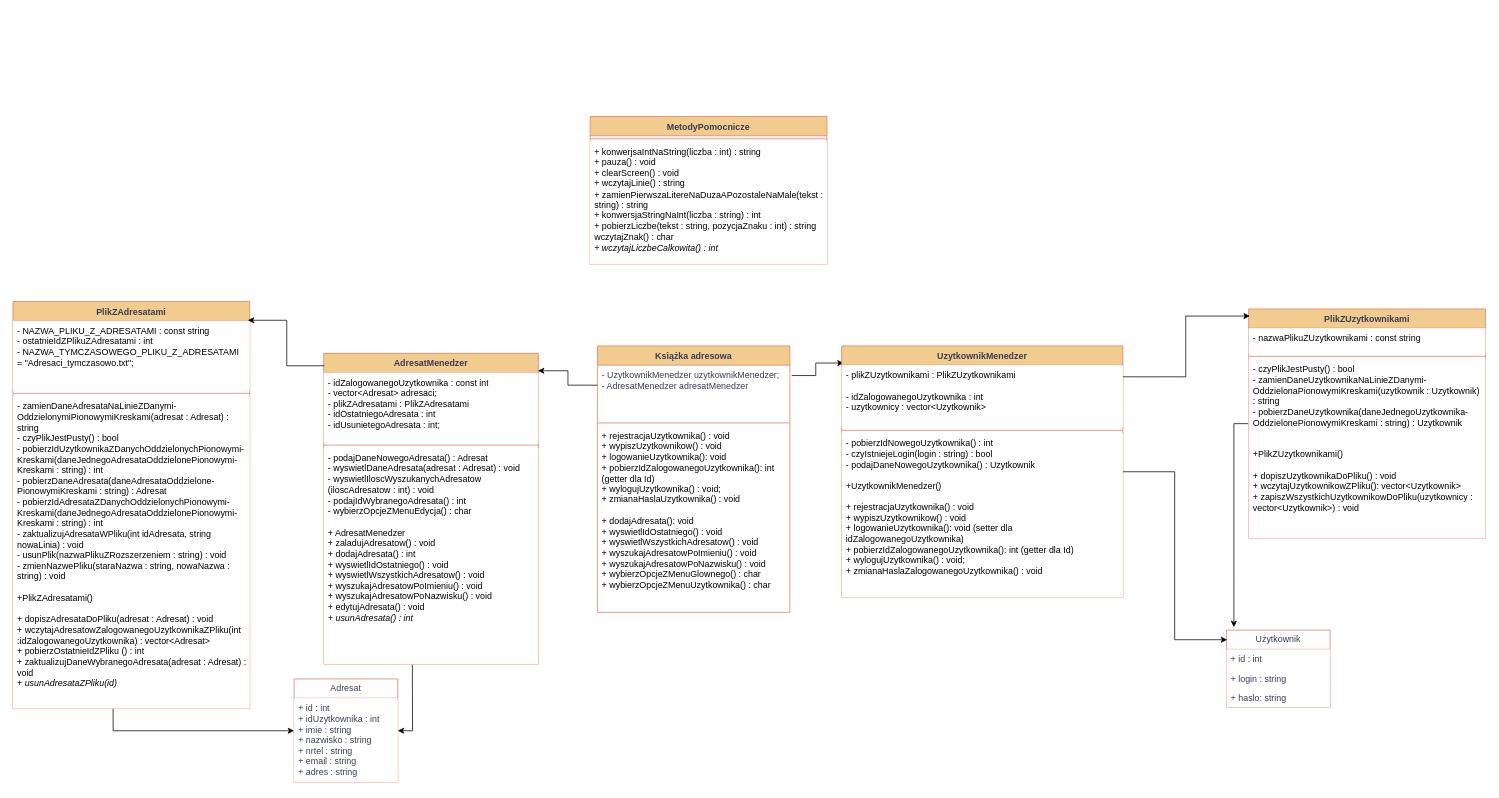
Earlier version of the draw.io diagram Ksiazka adresowa.drawio (endyyKD/KsiazkaAdresowa_OOP). Source tidied: cells renumbered, new cells numbered last; positions are measured from the earlier drawing's top-left corner, leaving out a move shared by most shapes. Both pictures are drawn from the tidied source at 74%, with x=0, y=0 at pixel (13, 116).
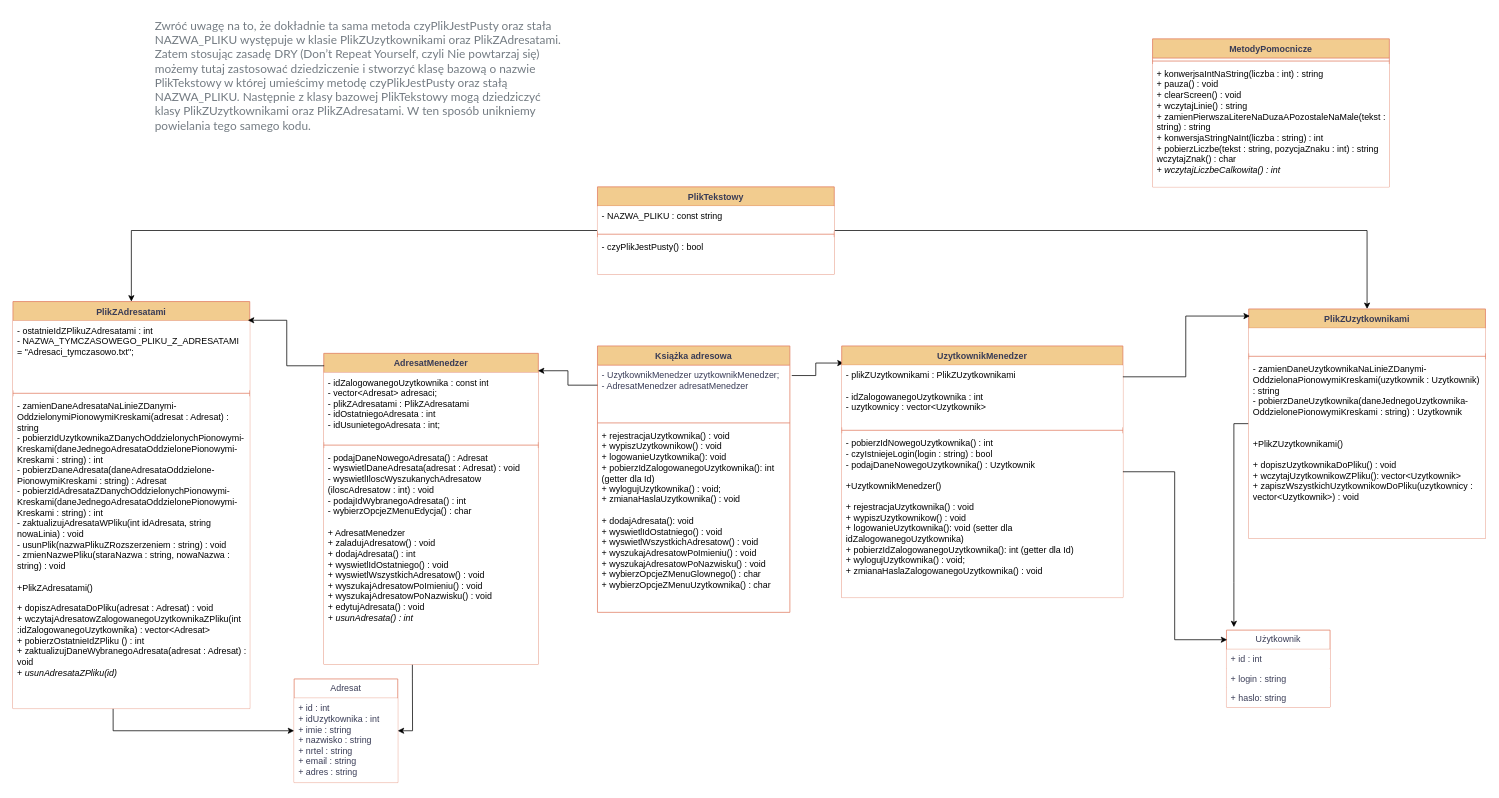
Above is the later version.

Commit message (it also covers changes not shown here):
Parent class PlikTekstowy to classes PlikZAdresatami and PlikZUzytkownikami

The change refers to these unchanged cells:
```xml
<mxCell id="16" value="PlikZUzytkownikami" style="swimlane;fontStyle=1;align=center;verticalAlign=top;horizontal=1;startSize=26;whiteSpace=wrap;html=1;labelBackgroundColor=none;fillColor=#F2CC8F;strokeColor=#E07A5F;fontColor=#393C56;" parent="1" vertex="1">
  <mxGeometry x="1669.9" y="260" width="320" height="310" as="geometry" />
</mxCell>
<mxCell id="32" value="PlikZAdresatami" style="swimlane;fontStyle=1;align=center;verticalAlign=top;horizontal=1;startSize=26;whiteSpace=wrap;html=1;labelBackgroundColor=none;fillColor=#F2CC8F;strokeColor=#E07A5F;fontColor=#393C56;" parent="1" vertex="1">
  <mxGeometry y="250" width="320" height="550" as="geometry" />
</mxCell>
```

Diff of the diagram source:
```diff
@@
-    <mxCell id="17" value="&lt;div&gt;&lt;div&gt;&lt;span style=&quot;color: rgb(0, 0, 0);&quot;&gt;- nazwaPlikuZUzytkownikami : const string&lt;/span&gt;&lt;/div&gt;&lt;/div&gt;" style="text;strokeColor=none;fillColor=default;align=left;verticalAlign=top;spacingLeft=4;spacingRight=4;overflow=hidden;whiteSpace=wrap;html=1;labelBackgroundColor=none;fontColor=#393C56;" parent="16" vertex="1">
+    <mxCell id="17" style="text;strokeColor=none;fillColor=default;align=left;verticalAlign=top;spacingLeft=4;spacingRight=4;overflow=hidden;whiteSpace=wrap;html=1;labelBackgroundColor=none;fontColor=#393C56;" parent="16" vertex="1">
       <mxGeometry y="26" width="320" height="34" as="geometry" />
     </mxCell>
@@
-    <mxCell id="19" value="&lt;div&gt;&lt;span style=&quot;color: rgb(0, 0, 0); background-color: transparent;&quot;&gt;- czyPlikJestPusty() : bool&lt;/span&gt;&lt;/div&gt;&lt;div&gt;&lt;span style=&quot;color: rgb(0, 0, 0);&quot;&gt;&lt;div style=&quot;color: rgb(0, 0, 0);&quot;&gt;- zamienDaneUzytkownikaNaLinieZDanymi-OddzielonaPionowymiKreskami(uzytkownik : Uzytkownik) : string&lt;/div&gt;&lt;div style=&quot;color: rgb(0, 0, 0);&quot;&gt;- pobierzDaneUzytkownika(daneJednegoUzytkownika-OddzielonePionowymiKreskami : string) : Uzytkownik&lt;div style=&quot;padding: 0px; margin: 0px;&quot;&gt;&lt;br style=&quot;padding: 0px; margin: 0px;&quot;&gt;&lt;/div&gt;&lt;/div&gt;&lt;div style=&quot;color: rgb(0, 0, 0);&quot;&gt;&lt;br&gt;&lt;/div&gt;&lt;div style=&quot;color: rgb(0, 0, 0);&quot;&gt;&lt;div style=&quot;color: rgb(57, 60, 86);&quot;&gt;&lt;span style=&quot;color: rgb(0, 0, 0);&quot;&gt;+PlikZUzytkownikami()&amp;nbsp;&lt;/span&gt;&lt;/div&gt;&lt;div style=&quot;color: rgb(57, 60, 86);&quot;&gt;&lt;span style=&quot;color: rgb(0, 0, 0);&quot;&gt;&lt;br&gt;&lt;/span&gt;&lt;/div&gt;&lt;div style=&quot;color: rgb(57, 60, 86);&quot;&gt;&lt;span style=&quot;color: rgb(0, 0, 0);&quot;&gt;+ dopiszUzytkownikaDoPliku() : void&lt;/span&gt;&lt;/div&gt;&lt;div style=&quot;color: rgb(57, 60, 86);&quot;&gt;&lt;span style=&quot;color: rgb(0, 0, 0); background-color: transparent;&quot;&gt;+ wczytajUzytkownikowZPliku(): vector&amp;lt;Uzytkownik&amp;gt;&lt;/span&gt;&lt;/div&gt;&lt;div style=&quot;color: rgb(57, 60, 86);&quot;&gt;&lt;span style=&quot;color: rgb(0, 0, 0); background-color: transparent;&quot;&gt;+ zapiszWszystkichUzytkownikowDoPliku(uzytkownicy : vector&amp;lt;Uzytkownik&amp;gt;) : void&lt;/span&gt;&lt;/div&gt;&lt;/div&gt;&lt;/span&gt;&lt;/div&gt;" style="text;strokeColor=none;fillColor=default;align=left;verticalAlign=top;spacingLeft=4;spacingRight=4;overflow=hidden;whiteSpace=wrap;html=1;labelBackgroundColor=none;fontColor=#393C56;" parent="16" vertex="1">
+    <mxCell id="19" value="&lt;div&gt;&lt;span style=&quot;color: rgb(0, 0, 0); background-color: transparent;&quot;&gt;- zamienDaneUzytkownikaNaLinieZDanymi-OddzielonaPionowymiKreskami(uzytkownik : Uzytkownik) : string&lt;/span&gt;&lt;/div&gt;&lt;div&gt;&lt;span style=&quot;color: rgb(0, 0, 0);&quot;&gt;&lt;div style=&quot;color: rgb(0, 0, 0);&quot;&gt;- pobierzDaneUzytkownika(daneJednegoUzytkownika-OddzielonePionowymiKreskami : string) : Uzytkownik&lt;div style=&quot;padding: 0px; margin: 0px;&quot;&gt;&lt;br style=&quot;padding: 0px; margin: 0px;&quot;&gt;&lt;/div&gt;&lt;/div&gt;&lt;div style=&quot;color: rgb(0, 0, 0);&quot;&gt;&lt;br&gt;&lt;/div&gt;&lt;div style=&quot;color: rgb(0, 0, 0);&quot;&gt;&lt;div style=&quot;color: rgb(57, 60, 86);&quot;&gt;&lt;span style=&quot;color: rgb(0, 0, 0);&quot;&gt;+PlikZUzytkownikami()&amp;nbsp;&lt;/span&gt;&lt;/div&gt;&lt;div style=&quot;color: rgb(57, 60, 86);&quot;&gt;&lt;span style=&quot;color: rgb(0, 0, 0);&quot;&gt;&lt;br&gt;&lt;/span&gt;&lt;/div&gt;&lt;div style=&quot;color: rgb(57, 60, 86);&quot;&gt;&lt;span style=&quot;color: rgb(0, 0, 0);&quot;&gt;+ dopiszUzytkownikaDoPliku() : void&lt;/span&gt;&lt;/div&gt;&lt;div style=&quot;color: rgb(57, 60, 86);&quot;&gt;&lt;span style=&quot;color: rgb(0, 0, 0); background-color: transparent;&quot;&gt;+ wczytajUzytkownikowZPliku(): vector&amp;lt;Uzytkownik&amp;gt;&lt;/span&gt;&lt;/div&gt;&lt;div style=&quot;color: rgb(57, 60, 86);&quot;&gt;&lt;span style=&quot;color: rgb(0, 0, 0); background-color: transparent;&quot;&gt;+ zapiszWszystkichUzytkownikowDoPliku(uzytkownicy : vector&amp;lt;Uzytkownik&amp;gt;) : void&lt;/span&gt;&lt;/div&gt;&lt;/div&gt;&lt;/span&gt;&lt;/div&gt;" style="text;strokeColor=none;fillColor=default;align=left;verticalAlign=top;spacingLeft=4;spacingRight=4;overflow=hidden;whiteSpace=wrap;html=1;labelBackgroundColor=none;fontColor=#393C56;" parent="16" vertex="1">
       <mxGeometry y="68" width="320" height="242" as="geometry" />
     </mxCell>
     <mxCell id="20" value="MetodyPomocnicze" style="swimlane;fontStyle=1;align=center;verticalAlign=top;horizontal=1;startSize=26;whiteSpace=wrap;html=1;labelBackgroundColor=none;fillColor=#F2CC8F;strokeColor=#E07A5F;fontColor=#393C56;" parent="1" vertex="1">
-      <mxGeometry x="780" width="320" height="200" as="geometry" />
+      <mxGeometry x="1540" y="-105" width="320" height="200" as="geometry" />
     </mxCell>
@@
-    <mxCell id="33" value="&lt;div&gt;&lt;div&gt;&lt;span style=&quot;color: rgb(0, 0, 0);&quot;&gt;- NAZWA_PLIKU_Z_ADRESATAMI&amp;nbsp;: const string&lt;/span&gt;&lt;/div&gt;&lt;/div&gt;&lt;div&gt;&lt;span style=&quot;color: rgb(0, 0, 0);&quot;&gt;&lt;font color=&quot;#000000&quot;&gt;&lt;div style=&quot;&quot;&gt;- ostatnieIdZPlikuZAdresatami : int&lt;/div&gt;&lt;div style=&quot;&quot;&gt;- NAZWA_TYMCZASOWEGO_PLIKU_Z_ADRESATAMI = &quot;Adresaci_tymczasowo.txt&quot;;&lt;/div&gt;&lt;/font&gt;&lt;/span&gt;&lt;/div&gt;&lt;div&gt;&lt;span style=&quot;color: rgb(0, 0, 0);&quot;&gt;&lt;br&gt;&lt;/span&gt;&lt;/div&gt;" style="text;strokeColor=none;fillColor=default;align=left;verticalAlign=top;spacingLeft=4;spacingRight=4;overflow=hidden;whiteSpace=wrap;html=1;labelBackgroundColor=none;fontColor=#393C56;" parent="32" vertex="1">
+    <mxCell id="33" value="&lt;div&gt;&lt;span style=&quot;color: rgb(0, 0, 0); background-color: transparent;&quot;&gt;- ostatnieIdZPlikuZAdresatami : int&lt;/span&gt;&lt;/div&gt;&lt;div&gt;&lt;span style=&quot;color: rgb(0, 0, 0);&quot;&gt;&lt;font color=&quot;#000000&quot;&gt;&lt;div style=&quot;&quot;&gt;- NAZWA_TYMCZASOWEGO_PLIKU_Z_ADRESATAMI = &quot;Adresaci_tymczasowo.txt&quot;;&lt;/div&gt;&lt;/font&gt;&lt;/span&gt;&lt;/div&gt;&lt;div&gt;&lt;span style=&quot;color: rgb(0, 0, 0);&quot;&gt;&lt;br&gt;&lt;/span&gt;&lt;/div&gt;" style="text;strokeColor=none;fillColor=default;align=left;verticalAlign=top;spacingLeft=4;spacingRight=4;overflow=hidden;whiteSpace=wrap;html=1;labelBackgroundColor=none;fontColor=#393C56;" parent="32" vertex="1">
       <mxGeometry y="26" width="320" height="94" as="geometry" />
     </mxCell>
@@
-    <mxCell id="35" value="&lt;div&gt;&lt;span style=&quot;color: rgb(0, 0, 0);&quot;&gt;- zamienDaneAdresataNaLinieZDanymi-OddzielonymiPionowymiKreskami(adresat : Adresat) : string&lt;/span&gt;&lt;/div&gt;&lt;div&gt;&lt;span style=&quot;color: rgb(0, 0, 0);&quot;&gt;&lt;div style=&quot;color: rgb(0, 0, 0);&quot;&gt;&lt;div style=&quot;padding: 0px; margin: 0px;&quot;&gt;&lt;span style=&quot;background-color: transparent;&quot;&gt;- czyPlikJestPusty() : bool&lt;/span&gt;&lt;/div&gt;&lt;/div&gt;&lt;div style=&quot;color: rgb(0, 0, 0);&quot;&gt;-&amp;nbsp;&lt;span style=&quot;background-color: transparent;&quot;&gt;pobierzIdUzytkownikaZDanychOddzielonychPionowymi-Kreskami(daneJednegoAdresataOddzielonePionowymi-Kreskami : string) : int&lt;/span&gt;&lt;/div&gt;&lt;div style=&quot;color: rgb(0, 0, 0);&quot;&gt;-&amp;nbsp;&lt;span style=&quot;background-color: transparent;&quot;&gt;pobierzDaneAdresata(daneAdresataOddzielone-PionowymiKreskami : string) : Adresat&lt;/span&gt;&lt;/div&gt;&lt;div style=&quot;color: rgb(0, 0, 0);&quot;&gt;&lt;span style=&quot;background-color: transparent;&quot;&gt;-&amp;nbsp;&lt;/span&gt;&lt;span style=&quot;background-color: transparent;&quot;&gt;pobierzIdAdresataZDanychOddzielonychPionowymi-Kreskami(daneJednegoAdresataOddzielonePionowymi-Kreskami : string) : int&lt;/span&gt;&lt;/div&gt;&lt;div style=&quot;color: rgb(0, 0, 0);&quot;&gt;&lt;span style=&quot;color: rgb(0, 0, 0); background-color: transparent;&quot;&gt;-&amp;nbsp;&lt;/span&gt;&lt;span style=&quot;background-color: transparent;&quot;&gt;&lt;font color=&quot;#000000&quot;&gt;zaktualizujAdresataWPliku(int idAdresata, string nowaLinia) : void&lt;/font&gt;&lt;/span&gt;&lt;/div&gt;&lt;div style=&quot;color: rgb(0, 0, 0);&quot;&gt;&lt;span style=&quot;background-color: transparent;&quot;&gt;-&amp;nbsp;&lt;/span&gt;&lt;span style=&quot;background-color: transparent;&quot;&gt;usunPlik(nazwaPlikuZRozszerzeniem : string) : void&lt;/span&gt;&lt;/div&gt;&lt;div style=&quot;color: rgb(0, 0, 0);&quot;&gt;&lt;span style=&quot;background-color: transparent;&quot;&gt;-&amp;nbsp;&lt;/span&gt;&lt;span style=&quot;background-color: transparent;&quot;&gt;zmienNazwePliku(staraNazwa : string, nowaNazwa : string) : void&lt;/span&gt;&lt;/div&gt;&lt;div style=&quot;color: rgb(0, 0, 0);&quot;&gt;&lt;span style=&quot;background-color: transparent;&quot;&gt;&lt;br&gt;&lt;/span&gt;&lt;/div&gt;&lt;div style=&quot;color: rgb(0, 0, 0);&quot;&gt;&lt;div style=&quot;color: rgb(57, 60, 86);&quot;&gt;&lt;span style=&quot;color: rgb(0, 0, 0);&quot;&gt;+PlikZAdresatami()&lt;/span&gt;&lt;/div&gt;&lt;div style=&quot;color: rgb(57, 60, 86);&quot;&gt;&lt;span style=&quot;color: rgb(0, 0, 0);&quot;&gt;&lt;br&gt;&lt;/span&gt;&lt;/div&gt;&lt;div style=&quot;color: rgb(57, 60, 86);&quot;&gt;&lt;span style=&quot;color: rgb(0, 0, 0);&quot;&gt;+ dopiszAdresataDoPliku(adresat : Adresat) : void&lt;/span&gt;&lt;/div&gt;&lt;div style=&quot;color: rgb(57, 60, 86);&quot;&gt;&lt;span style=&quot;color: rgb(0, 0, 0); background-color: transparent;&quot;&gt;+ wczytajAdresatowZalogowanegoUzytkownikaZPliku(int :idZalogowanegoUzytkownika) : vector&amp;lt;Adresat&amp;gt;&lt;/span&gt;&lt;/div&gt;&lt;div style=&quot;color: rgb(57, 60, 86);&quot;&gt;&lt;span style=&quot;color: rgb(0, 0, 0); background-color: transparent;&quot;&gt;+&amp;nbsp;&lt;/span&gt;&lt;span style=&quot;background-color: transparent;&quot;&gt;&lt;font color=&quot;#000000&quot;&gt;pobierzOstatnieIdZPliku () : int&lt;/font&gt;&lt;/span&gt;&lt;/div&gt;&lt;div style=&quot;color: rgb(57, 60, 86);&quot;&gt;&lt;span style=&quot;background-color: transparent; color: rgb(0, 0, 0);&quot;&gt;+&amp;nbsp;&lt;/span&gt;&lt;span style=&quot;background-color: transparent; color: rgb(0, 0, 0);&quot;&gt;zaktualizujDaneWybranegoAdresata(adresat : Adresat) : void&lt;/span&gt;&lt;/div&gt;&lt;div style=&quot;color: rgb(57, 60, 86);&quot;&gt;&lt;span style=&quot;background-color: transparent; color: rgb(0, 0, 0);&quot;&gt;+&amp;nbsp;&lt;/span&gt;&lt;span style=&quot;font-style: italic; color: rgb(0, 0, 0); background-color: transparent;&quot;&gt;usunAdresataZPliku(id)&lt;/span&gt;&lt;/div&gt;&lt;div&gt;&lt;span style=&quot;background-color: transparent; color: rgb(0, 0, 0); font-style: italic;&quot;&gt;&lt;br&gt;&lt;/span&gt;&lt;/div&gt;&lt;div style=&quot;color: rgb(57, 60, 86);&quot;&gt;&lt;br&gt;&lt;/div&gt;&lt;div style=&quot;color: rgb(57, 60, 86);&quot;&gt;&lt;br&gt;&lt;/div&gt;&lt;div style=&quot;color: rgb(57, 60, 86);&quot;&gt;&lt;br&gt;&lt;/div&gt;&lt;/div&gt;&lt;/span&gt;&lt;/div&gt;" style="text;strokeColor=none;fillColor=default;align=left;verticalAlign=top;spacingLeft=4;spacingRight=4;overflow=hidden;points=[[0,0.5],[1,0.5]];portConstraint=eastwest;whiteSpace=wrap;html=1;labelBackgroundColor=none;fontColor=#393C56;" parent="32" vertex="1">
+    <mxCell id="35" value="&lt;div&gt;&lt;span style=&quot;color: rgb(0, 0, 0);&quot;&gt;- zamienDaneAdresataNaLinieZDanymi-OddzielonymiPionowymiKreskami(adresat : Adresat) : string&lt;/span&gt;&lt;/div&gt;&lt;div&gt;&lt;span style=&quot;color: rgb(0, 0, 0);&quot;&gt;&lt;div style=&quot;color: rgb(0, 0, 0);&quot;&gt;-&amp;nbsp;&lt;span style=&quot;background-color: transparent;&quot;&gt;pobierzIdUzytkownikaZDanychOddzielonychPionowymi-Kreskami(daneJednegoAdresataOddzielonePionowymi-Kreskami : string) : int&lt;/span&gt;&lt;/div&gt;&lt;div style=&quot;color: rgb(0, 0, 0);&quot;&gt;-&amp;nbsp;&lt;span style=&quot;background-color: transparent;&quot;&gt;pobierzDaneAdresata(daneAdresataOddzielone-PionowymiKreskami : string) : Adresat&lt;/span&gt;&lt;/div&gt;&lt;div style=&quot;color: rgb(0, 0, 0);&quot;&gt;&lt;span style=&quot;background-color: transparent;&quot;&gt;-&amp;nbsp;&lt;/span&gt;&lt;span style=&quot;background-color: transparent;&quot;&gt;pobierzIdAdresataZDanychOddzielonychPionowymi-Kreskami(daneJednegoAdresataOddzielonePionowymi-Kreskami : string) : int&lt;/span&gt;&lt;/div&gt;&lt;div style=&quot;color: rgb(0, 0, 0);&quot;&gt;&lt;span style=&quot;color: rgb(0, 0, 0); background-color: transparent;&quot;&gt;-&amp;nbsp;&lt;/span&gt;&lt;span style=&quot;background-color: transparent;&quot;&gt;&lt;font color=&quot;#000000&quot;&gt;zaktualizujAdresataWPliku(int idAdresata, string nowaLinia) : void&lt;/font&gt;&lt;/span&gt;&lt;/div&gt;&lt;div style=&quot;color: rgb(0, 0, 0);&quot;&gt;&lt;span style=&quot;background-color: transparent;&quot;&gt;-&amp;nbsp;&lt;/span&gt;&lt;span style=&quot;background-color: transparent;&quot;&gt;usunPlik(nazwaPlikuZRozszerzeniem : string) : void&lt;/span&gt;&lt;/div&gt;&lt;div style=&quot;color: rgb(0, 0, 0);&quot;&gt;&lt;span style=&quot;background-color: transparent;&quot;&gt;-&amp;nbsp;&lt;/span&gt;&lt;span style=&quot;background-color: transparent;&quot;&gt;zmienNazwePliku(staraNazwa : string, nowaNazwa : string) : void&lt;/span&gt;&lt;/div&gt;&lt;div style=&quot;color: rgb(0, 0, 0);&quot;&gt;&lt;span style=&quot;background-color: transparent;&quot;&gt;&lt;br&gt;&lt;/span&gt;&lt;/div&gt;&lt;div style=&quot;color: rgb(0, 0, 0);&quot;&gt;&lt;div style=&quot;color: rgb(57, 60, 86);&quot;&gt;&lt;span style=&quot;color: rgb(0, 0, 0);&quot;&gt;+PlikZAdresatami()&lt;/span&gt;&lt;/div&gt;&lt;div style=&quot;color: rgb(57, 60, 86);&quot;&gt;&lt;span style=&quot;color: rgb(0, 0, 0);&quot;&gt;&lt;br&gt;&lt;/span&gt;&lt;/div&gt;&lt;div style=&quot;color: rgb(57, 60, 86);&quot;&gt;&lt;span style=&quot;color: rgb(0, 0, 0);&quot;&gt;+ dopiszAdresataDoPliku(adresat : Adresat) : void&lt;/span&gt;&lt;/div&gt;&lt;div style=&quot;color: rgb(57, 60, 86);&quot;&gt;&lt;span style=&quot;color: rgb(0, 0, 0); background-color: transparent;&quot;&gt;+ wczytajAdresatowZalogowanegoUzytkownikaZPliku(int :idZalogowanegoUzytkownika) : vector&amp;lt;Adresat&amp;gt;&lt;/span&gt;&lt;/div&gt;&lt;div style=&quot;color: rgb(57, 60, 86);&quot;&gt;&lt;span style=&quot;color: rgb(0, 0, 0); background-color: transparent;&quot;&gt;+&amp;nbsp;&lt;/span&gt;&lt;span style=&quot;background-color: transparent;&quot;&gt;&lt;font color=&quot;#000000&quot;&gt;pobierzOstatnieIdZPliku () : int&lt;/font&gt;&lt;/span&gt;&lt;/div&gt;&lt;div style=&quot;color: rgb(57, 60, 86);&quot;&gt;&lt;span style=&quot;background-color: transparent; color: rgb(0, 0, 0);&quot;&gt;+&amp;nbsp;&lt;/span&gt;&lt;span style=&quot;background-color: transparent; color: rgb(0, 0, 0);&quot;&gt;zaktualizujDaneWybranegoAdresata(adresat : Adresat) : void&lt;/span&gt;&lt;/div&gt;&lt;div style=&quot;color: rgb(57, 60, 86);&quot;&gt;&lt;span style=&quot;background-color: transparent; color: rgb(0, 0, 0);&quot;&gt;+&amp;nbsp;&lt;/span&gt;&lt;span style=&quot;font-style: italic; color: rgb(0, 0, 0); background-color: transparent;&quot;&gt;usunAdresataZPliku(id)&lt;/span&gt;&lt;/div&gt;&lt;div&gt;&lt;span style=&quot;background-color: transparent; color: rgb(0, 0, 0); font-style: italic;&quot;&gt;&lt;br&gt;&lt;/span&gt;&lt;/div&gt;&lt;div style=&quot;color: rgb(57, 60, 86);&quot;&gt;&lt;br&gt;&lt;/div&gt;&lt;div style=&quot;color: rgb(57, 60, 86);&quot;&gt;&lt;br&gt;&lt;/div&gt;&lt;div style=&quot;color: rgb(57, 60, 86);&quot;&gt;&lt;br&gt;&lt;/div&gt;&lt;/div&gt;&lt;/span&gt;&lt;/div&gt;" style="text;strokeColor=none;fillColor=default;align=left;verticalAlign=top;spacingLeft=4;spacingRight=4;overflow=hidden;points=[[0,0.5],[1,0.5]];portConstraint=eastwest;whiteSpace=wrap;html=1;labelBackgroundColor=none;fontColor=#393C56;" parent="32" vertex="1">
       <mxGeometry y="128" width="320" height="422" as="geometry" />
     </mxCell>
@@
+    <mxCell id="39" value="&lt;span style=&quot;color: rgb(116, 124, 131); font-family: Lato, &amp;quot;Helvetica Neue&amp;quot;, Helvetica, Arial, San-serif; font-size: 16px; font-style: normal; font-variant-ligatures: normal; font-variant-caps: normal; font-weight: 400; letter-spacing: normal; orphans: 2; text-align: justify; text-indent: 0px; text-transform: none; widows: 2; word-spacing: 0px; -webkit-text-stroke-width: 0px; white-space: normal; background-color: rgb(255, 255, 255); text-decoration-thickness: initial; text-decoration-style: initial; text-decoration-color: initial; display: inline !important; float: none;&quot;&gt;Zwróć uwagę na to, że dokładnie ta sama metoda&amp;nbsp;czyPlikJestPusty oraz&amp;nbsp;stała NAZWA_PLIKU występuje w klasie&amp;nbsp;PlikZUzytkownikami oraz&amp;nbsp;PlikZAdresatami. Zatem stosując zasadę DRY (Don’t Repeat Yourself, czyli Nie powtarzaj się) możemy tutaj zastosować dziedziczenie i stworzyć klasę bazową o nazwie PlikTekstowy w której umieścimy metodę&amp;nbsp;czyPlikJestPusty oraz stałą NAZWA_PLIKU. Następnie z klasy bazowej PlikTekstowy mogą dziedziczyć klasy&amp;nbsp;PlikZUzytkownikami oraz&amp;nbsp;PlikZAdresatami. W ten sposób unikniemy powielania tego samego kodu.&lt;/span&gt;" style="text;whiteSpace=wrap;html=1;" parent="1" vertex="1">
+      <mxGeometry x="190" y="-140" width="560" height="200" as="geometry" />
+    </mxCell>
+    <mxCell id="40" style="edgeStyle=orthogonalEdgeStyle;rounded=0;jettySize=auto;html=1;entryX=0.5;entryY=0;entryDx=0;entryDy=0;" parent="1" edge="1" source="42" target="16">
+      <mxGeometry relative="1" as="geometry" />
+    </mxCell>
+    <mxCell id="41" style="edgeStyle=orthogonalEdgeStyle;rounded=0;jettySize=auto;html=1;exitX=0;exitY=0.5;exitDx=0;exitDy=0;entryX=0.5;entryY=0;entryDx=0;entryDy=0;" parent="1" edge="1" source="42" target="32">
+      <mxGeometry relative="1" as="geometry" />
+    </mxCell>
+    <mxCell id="42" value="PlikTekstowy" style="swimlane;fontStyle=1;align=center;verticalAlign=top;horizontal=1;startSize=26;whiteSpace=wrap;html=1;labelBackgroundColor=none;fillColor=#F2CC8F;strokeColor=#E07A5F;fontColor=#393C56;" parent="1" vertex="1">
+      <mxGeometry x="789.9" y="95" width="320" height="118" as="geometry" />
+    </mxCell>
+    <mxCell id="43" value="&lt;div&gt;&lt;div&gt;&lt;span style=&quot;color: rgb(0, 0, 0);&quot;&gt;- NAZWA_PLIKU : const string&lt;/span&gt;&lt;/div&gt;&lt;/div&gt;" style="text;strokeColor=none;fillColor=default;align=left;verticalAlign=top;spacingLeft=4;spacingRight=4;overflow=hidden;whiteSpace=wrap;html=1;labelBackgroundColor=none;fontColor=#393C56;" parent="42" vertex="1">
+      <mxGeometry y="26" width="320" height="34" as="geometry" />
+    </mxCell>
+    <mxCell id="44" style="line;strokeWidth=1;fillColor=none;align=left;verticalAlign=middle;spacingTop=-1;spacingLeft=3;spacingRight=3;labelPosition=right;strokeColor=#E07A5F;labelBackgroundColor=none;fontColor=#393C56;" parent="42" vertex="1">
+      <mxGeometry y="60" width="320" height="8" as="geometry" />
+    </mxCell>
+    <mxCell id="45" value="&lt;div&gt;&lt;span style=&quot;color: rgb(0, 0, 0); background-color: transparent;&quot;&gt;- czyPlikJestPusty() : bool&lt;/span&gt;&lt;/div&gt;" style="text;strokeColor=none;fillColor=default;align=left;verticalAlign=top;spacingLeft=4;spacingRight=4;overflow=hidden;whiteSpace=wrap;html=1;labelBackgroundColor=none;fontColor=#393C56;" parent="42" vertex="1">
+      <mxGeometry y="68" width="320" height="50" as="geometry" />
+    </mxCell>
```
